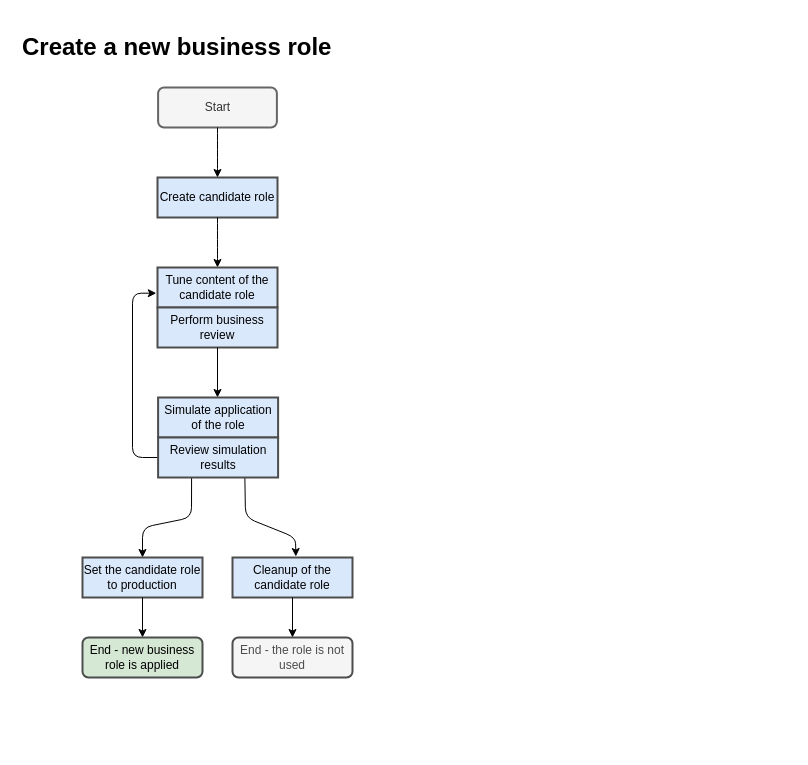
Above: page "schema-v1" (1 of 4) of midpoint/devel/requirements/role-management/images/role-design.drawio in Evolveum/docs (draw.io), before the change. Source tidied: cells renumbered, new cells numbered last; positions are measured from the earlier drawing's top-left corner, leaving out a move shared by most shapes. Both pictures are drawn from the tidied source at 100%, with x=0, y=0 at pixel (17, 27).
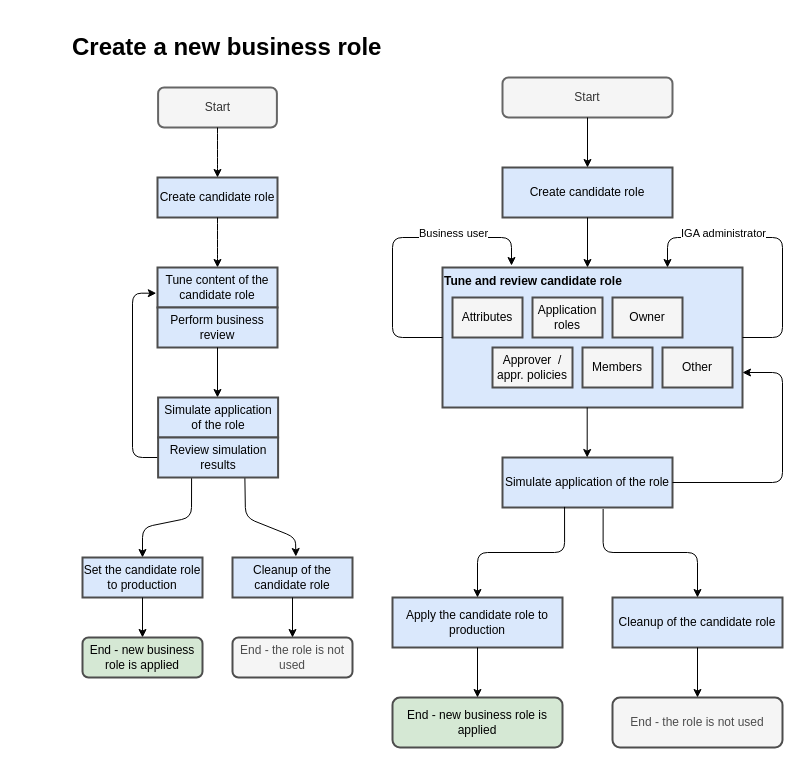
The same diagram, later.

Diff of the diagram source:
```diff
@@
+    <mxCell id="21" value="&lt;b&gt;Tune and review candidate role&lt;/b&gt;" style="rounded=0;whiteSpace=wrap;html=1;align=left;verticalAlign=top;strokeWidth=2;fillColor=#dae8fc;strokeColor=#4D4D4D;" parent="1" vertex="1">
+      <mxGeometry x="425" y="240" width="300" height="140" as="geometry" />
+    </mxCell>
     <mxCell id="2" value="&lt;h1&gt;Create a new business role&lt;/h1&gt;" style="text;html=1;strokeColor=none;fillColor=none;spacing=5;spacingTop=-20;whiteSpace=wrap;overflow=hidden;rounded=0;" parent="1" vertex="1">
-      <mxGeometry width="400" height="60" as="geometry" />
+      <mxGeometry x="50" width="400" height="40" as="geometry" />
     </mxCell>
@@
+    <mxCell id="22" value="Attributes" style="whiteSpace=wrap;html=1;strokeWidth=2;strokeColor=#4D4D4D;fontColor=default;fillColor=#F5F5F5;" parent="1" vertex="1">
+      <mxGeometry x="435" y="270" width="70" height="40" as="geometry" />
+    </mxCell>
+    <mxCell id="23" value="Application roles" style="whiteSpace=wrap;html=1;strokeWidth=2;strokeColor=#4D4D4D;fontColor=default;fillColor=#F5F5F5;" parent="1" vertex="1">
+      <mxGeometry x="515" y="270" width="70" height="40" as="geometry" />
+    </mxCell>
+    <mxCell id="24" value="Owner" style="whiteSpace=wrap;html=1;strokeWidth=2;strokeColor=#4D4D4D;fontColor=default;fillColor=#F5F5F5;" parent="1" vertex="1">
+      <mxGeometry x="595" y="270" width="70" height="40" as="geometry" />
+    </mxCell>
+    <mxCell id="25" value="Approver&amp;nbsp; / appr. policies" style="whiteSpace=wrap;html=1;strokeWidth=2;strokeColor=#4D4D4D;fontColor=default;fillColor=#F5F5F5;" parent="1" vertex="1">
+      <mxGeometry x="475" y="320" width="80" height="40" as="geometry" />
+    </mxCell>
+    <mxCell id="26" value="Members" style="whiteSpace=wrap;html=1;strokeWidth=2;strokeColor=#4D4D4D;fontColor=default;fillColor=#F5F5F5;" parent="1" vertex="1">
+      <mxGeometry x="565" y="320" width="70" height="40" as="geometry" />
+    </mxCell>
+    <mxCell id="27" value="Other" style="whiteSpace=wrap;html=1;strokeWidth=2;strokeColor=#4D4D4D;fontColor=default;fillColor=#F5F5F5;" parent="1" vertex="1">
+      <mxGeometry x="645" y="320" width="70" height="40" as="geometry" />
+    </mxCell>
+    <mxCell id="28" value="Simulate application of the role" style="whiteSpace=wrap;html=1;fontSize=12;strokeWidth=2;strokeColor=#4D4D4D;fontColor=default;fillColor=#dae8fc;" parent="1" vertex="1">
+      <mxGeometry x="485" y="430" width="170" height="50" as="geometry" />
+    </mxCell>
+    <mxCell id="29" value="Create candidate role" style="whiteSpace=wrap;html=1;strokeWidth=2;strokeColor=#4D4D4D;fillColor=#dae8fc;" parent="1" vertex="1">
+      <mxGeometry x="485" y="140" width="170" height="50" as="geometry" />
+    </mxCell>
+    <mxCell id="30" value="Apply the candidate role to production" style="whiteSpace=wrap;html=1;strokeWidth=2;strokeColor=#4D4D4D;fontColor=default;fillColor=#dae8fc;" parent="1" vertex="1">
+      <mxGeometry x="375" y="570" width="170" height="50" as="geometry" />
+    </mxCell>
+    <mxCell id="31" value="End - new business role is applied" style="whiteSpace=wrap;html=1;rounded=1;strokeWidth=2;strokeColor=#4D4D4D;fillColor=#d5e8d4;" parent="1" vertex="1">
+      <mxGeometry x="375" y="670" width="170" height="50" as="geometry" />
+    </mxCell>
+    <mxCell id="32" value="Cleanup of the candidate role" style="whiteSpace=wrap;html=1;strokeWidth=2;strokeColor=#4D4D4D;fontColor=default;fillColor=#dae8fc;" parent="1" vertex="1">
+      <mxGeometry x="595" y="570" width="170" height="50" as="geometry" />
+    </mxCell>
+    <mxCell id="33" value="End - the role is not used" style="whiteSpace=wrap;html=1;rounded=1;fillColor=#f5f5f5;fontColor=#4D4D4D;strokeColor=#4D4D4D;strokeWidth=2;" parent="1" vertex="1">
+      <mxGeometry x="595" y="670" width="170" height="50" as="geometry" />
+    </mxCell>
+    <mxCell id="34" value="Start" style="whiteSpace=wrap;html=1;rounded=1;strokeWidth=2;strokeColor=#666666;fontColor=#333333;fillColor=#f5f5f5;" parent="1" vertex="1">
+      <mxGeometry x="485" y="50" width="170" height="40" as="geometry" />
+    </mxCell>
+    <mxCell id="35" style="html=1;rounded=1;sourcePerimeterSpacing=0;targetPerimeterSpacing=0;startSize=6;endSize=6;orthogonal=1;exitX=0.5;exitY=1;exitDx=0;exitDy=0;entryX=0.5;entryY=0;entryDx=0;entryDy=0;" parent="1" edge="1" source="34" target="29">
+      <mxGeometry relative="1" as="geometry" />
+    </mxCell>
+    <mxCell id="36" style="html=1;rounded=1;sourcePerimeterSpacing=0;targetPerimeterSpacing=0;startSize=6;endSize=6;orthogonal=1;" parent="1" edge="1" source="29" target="21">
+      <mxGeometry relative="1" as="geometry" />
+    </mxCell>
+    <mxCell id="37" style="html=1;rounded=1;sourcePerimeterSpacing=0;targetPerimeterSpacing=0;startSize=6;endSize=6;orthogonal=1;" parent="1" edge="1">
+      <mxGeometry relative="1" as="geometry">
+        <mxPoint x="569.7" y="380" as="sourcePoint" />
+        <mxPoint x="569.7" y="430" as="targetPoint" />
+      </mxGeometry>
+    </mxCell>
+    <mxCell id="38" style="html=1;rounded=1;sourcePerimeterSpacing=0;targetPerimeterSpacing=0;startSize=6;endSize=6;orthogonal=1;" parent="1" edge="1" source="30" target="31">
+      <mxGeometry relative="1" as="geometry" />
+    </mxCell>
+    <mxCell id="39" style="html=1;rounded=1;sourcePerimeterSpacing=0;targetPerimeterSpacing=0;startSize=6;endSize=6;orthogonal=1;" parent="1" edge="1" source="32" target="33">
+      <mxGeometry relative="1" as="geometry" />
+    </mxCell>
+    <mxCell id="40" style="html=1;rounded=1;sourcePerimeterSpacing=0;targetPerimeterSpacing=0;startSize=6;endSize=6;orthogonal=1;entryX=0.5;entryY=0;entryDx=0;entryDy=0;edgeStyle=orthogonalEdgeStyle;exitX=0.365;exitY=0.988;exitDx=0;exitDy=0;exitPerimeter=0;" parent="1" edge="1" source="28" target="30">
+      <mxGeometry relative="1" as="geometry" />
+    </mxCell>
+    <mxCell id="41" style="html=1;rounded=1;sourcePerimeterSpacing=0;targetPerimeterSpacing=0;startSize=6;endSize=6;orthogonal=1;entryX=0.5;entryY=0;entryDx=0;entryDy=0;exitX=0.592;exitY=1.029;exitDx=0;exitDy=0;edgeStyle=orthogonalEdgeStyle;exitPerimeter=0;" parent="1" edge="1" source="28" target="32">
+      <mxGeometry relative="1" as="geometry" />
+    </mxCell>
+    <mxCell id="42" style="html=1;rounded=1;sourcePerimeterSpacing=0;targetPerimeterSpacing=0;startSize=6;endSize=6;orthogonal=1;entryX=1;entryY=0.75;entryDx=0;entryDy=0;exitX=1;exitY=0.5;exitDx=0;exitDy=0;edgeStyle=orthogonalEdgeStyle;" parent="1" edge="1" source="28" target="21">
+      <mxGeometry relative="1" as="geometry">
+        <Array as="points">
+          <mxPoint x="765" y="455" />
+          <mxPoint x="765" y="345" />
+        </Array>
+      </mxGeometry>
+    </mxCell>
+    <mxCell id="43" style="html=1;rounded=1;sourcePerimeterSpacing=0;targetPerimeterSpacing=0;startSize=6;endSize=6;orthogonal=1;exitX=1;exitY=0.5;exitDx=0;exitDy=0;edgeStyle=orthogonalEdgeStyle;entryX=0.75;entryY=0;entryDx=0;entryDy=0;" parent="1" edge="1" source="21" target="21">
+      <mxGeometry relative="1" as="geometry">
+        <Array as="points">
+          <mxPoint x="765" y="310" />
+          <mxPoint x="765" y="210" />
+          <mxPoint x="650" y="210" />
+        </Array>
+      </mxGeometry>
+    </mxCell>
+    <mxCell id="44" value="IGA administrator" style="edgeLabel;html=1;align=center;verticalAlign=middle;rotation=0;" parent="43" vertex="1">
+      <mxGeometry x="-0.53" y="2" relative="1" as="geometry">
+        <mxPoint x="-58" y="-78" as="offset" />
+      </mxGeometry>
+    </mxCell>
+    <mxCell id="45" style="html=1;rounded=1;sourcePerimeterSpacing=0;targetPerimeterSpacing=0;startSize=6;endSize=6;orthogonal=1;exitX=0;exitY=0.5;exitDx=0;exitDy=0;edgeStyle=orthogonalEdgeStyle;entryX=0.23;entryY=-0.014;entryDx=0;entryDy=0;entryPerimeter=0;" parent="1" edge="1" source="21" target="21">
+      <mxGeometry relative="1" as="geometry">
+        <Array as="points">
+          <mxPoint x="375" y="310" />
+          <mxPoint x="375" y="210" />
+          <mxPoint x="494" y="210" />
+        </Array>
+      </mxGeometry>
+    </mxCell>
+    <mxCell id="46" value="Business user" style="edgeLabel;html=1;align=center;verticalAlign=middle;rotation=0;" parent="45" vertex="1">
+      <mxGeometry x="-0.35" y="1" relative="1" as="geometry">
+        <mxPoint x="61" y="-58" as="offset" />
+      </mxGeometry>
+    </mxCell>
```
